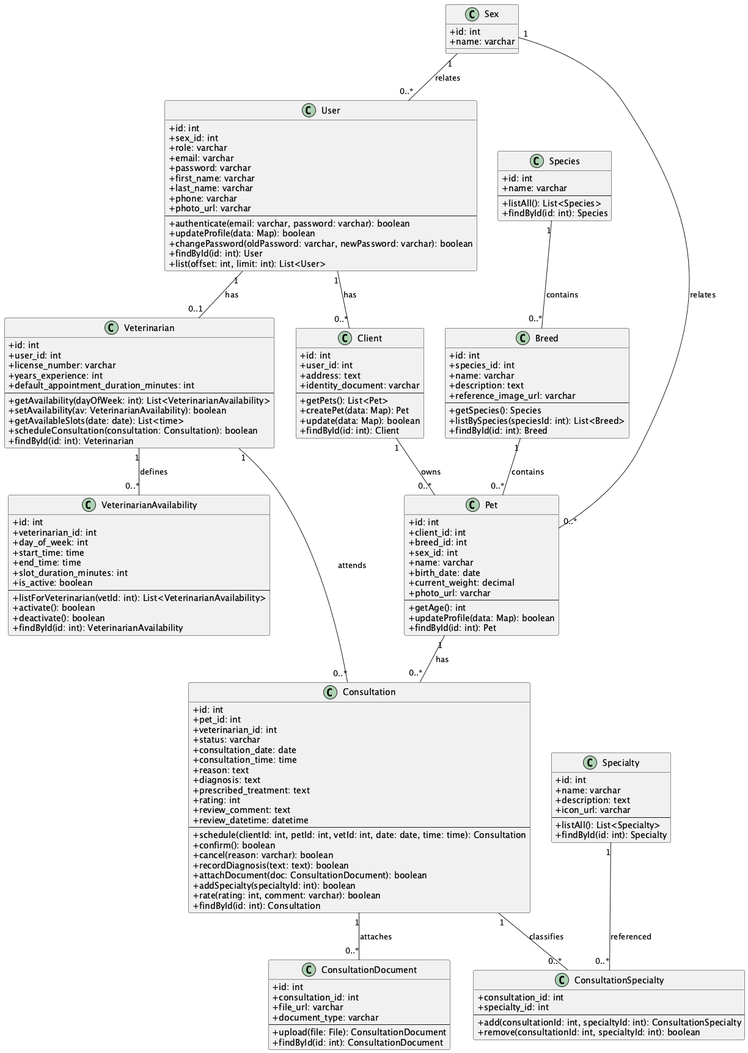
W1llpr0/prograMovil keeps this PlantUML diagram as Docs/diagrams/class_diagram.png. Above is the earlier version.
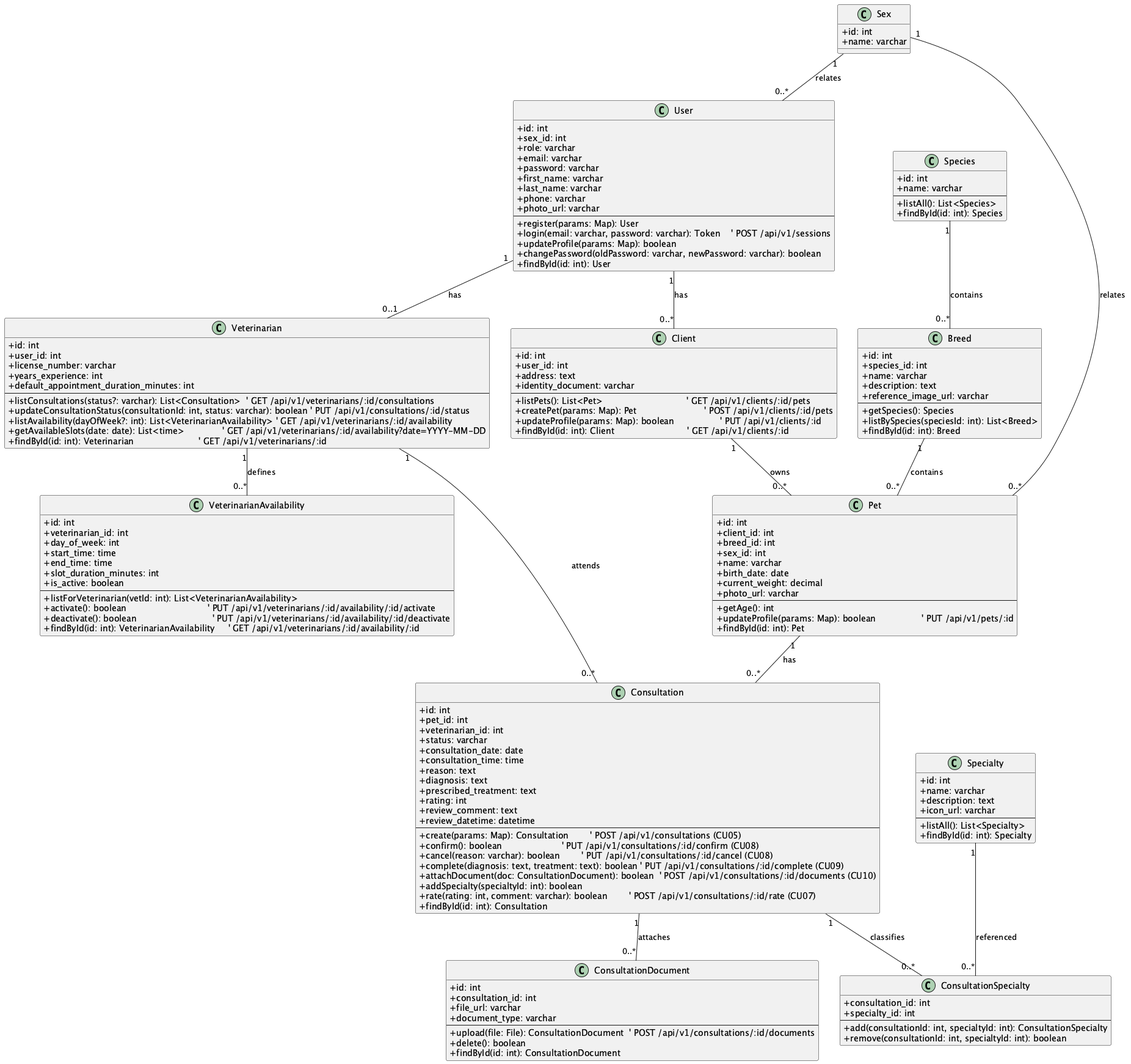
Above is the later version.

Commit message:
Refine class diagram methods and add endpoint comments

What changed in the source:
```diff
@@ -18,11 +18,11 @@
   +phone: varchar
   +photo_url: varchar
   --
-  +authenticate(email: varchar, password: varchar): boolean
-  +updateProfile(data: Map): boolean
+  +register(params: Map): User
+  +login(email: varchar, password: varchar): Token    ' POST /api/v1/sessions
+  +updateProfile(params: Map): boolean
   +changePassword(oldPassword: varchar, newPassword: varchar): boolean
   +findById(id: int): User
-  +list(offset: int, limit: int): List<User>
 }
 
 class Client {
@@ -31,10 +31,10 @@
   +address: text
   +identity_document: varchar
   --
-  +getPets(): List<Pet>
-  +createPet(data: Map): Pet
-  +update(data: Map): boolean
-  +findById(id: int): Client
+  +listPets(): List<Pet>                               ' GET /api/v1/clients/:id/pets
+  +createPet(params: Map): Pet                         ' POST /api/v1/clients/:id/pets
+  +updateProfile(params: Map): boolean                 ' PUT /api/v1/clients/:id
+  +findById(id: int): Client                           ' GET /api/v1/clients/:id
 }
 
 class Veterinarian {
@@ -44,11 +44,11 @@
   +years_experience: int
   +default_appointment_duration_minutes: int
   --
-  +getAvailability(dayOfWeek: int): List<VeterinarianAvailability>
-  +setAvailability(av: VeterinarianAvailability): boolean
-  +getAvailableSlots(date: date): List<time>
-  +scheduleConsultation(consultation: Consultation): boolean
-  +findById(id: int): Veterinarian
+  +listConsultations(status?: varchar): List<Consultation>  ' GET /api/v1/veterinarians/:id/consultations
+  +updateConsultationStatus(consultationId: int, status: varchar): boolean ' PUT /api/v1/consultations/:id/status
+  +listAvailability(dayOfWeek?: int): List<VeterinarianAvailability> ' GET /api/v1/veterinarians/:id/availability
+  +getAvailableSlots(date: date): List<time>              ' GET /api/v1/veterinarians/:id/availability?date=YYYY-MM-DD
+  +findById(id: int): Veterinarian                        ' GET /api/v1/veterinarians/:id
 }
 
 class Species {
@@ -82,7 +82,7 @@
   +photo_url: varchar
   --
   +getAge(): int
-  +updateProfile(data: Map): boolean
+  +updateProfile(params: Map): boolean                 ' PUT /api/v1/pets/:id
   +findById(id: int): Pet
 }
 
@@ -110,13 +110,13 @@
   +review_comment: text
   +review_datetime: datetime
   --
-  +schedule(clientId: int, petId: int, vetId: int, date: date, time: time): Consultation
-  +confirm(): boolean
-  +cancel(reason: varchar): boolean
-  +recordDiagnosis(text: text): boolean
-  +attachDocument(doc: ConsultationDocument): boolean
+  +create(params: Map): Consultation        ' POST /api/v1/consultations (CU05)
+  +confirm(): boolean                      ' PUT /api/v1/consultations/:id/confirm (CU08)
+  +cancel(reason: varchar): boolean        ' PUT /api/v1/consultations/:id/cancel (CU08)
+  +complete(diagnosis: text, treatment: text): boolean ' PUT /api/v1/consultations/:id/complete (CU09)
+  +attachDocument(doc: ConsultationDocument): boolean  ' POST /api/v1/consultations/:id/documents (CU10)
   +addSpecialty(specialtyId: int): boolean
-  +rate(rating: int, comment: varchar): boolean
+  +rate(rating: int, comment: varchar): boolean        ' POST /api/v1/consultations/:id/rate (CU07)
   +findById(id: int): Consultation
 }
 
@@ -126,7 +126,8 @@
   +file_url: varchar
   +document_type: varchar
   --
-  +upload(file: File): ConsultationDocument
+  +upload(file: File): ConsultationDocument  ' POST /api/v1/consultations/:id/documents
+  +delete(): boolean
   +findById(id: int): ConsultationDocument
 }
 
@@ -148,9 +149,9 @@
   +is_active: boolean
   --
   +listForVeterinarian(vetId: int): List<VeterinarianAvailability>
-  +activate(): boolean
-  +deactivate(): boolean
-  +findById(id: int): VeterinarianAvailability
+  +activate(): boolean                              ' PUT /api/v1/veterinarians/:id/availability/:id/activate
+  +deactivate(): boolean                            ' PUT /api/v1/veterinarians/:id/availability/:id/deactivate
+  +findById(id: int): VeterinarianAvailability     ' GET /api/v1/veterinarians/:id/availability/:id
 }
 
 User "1" -- "0..*" Client : has
```
